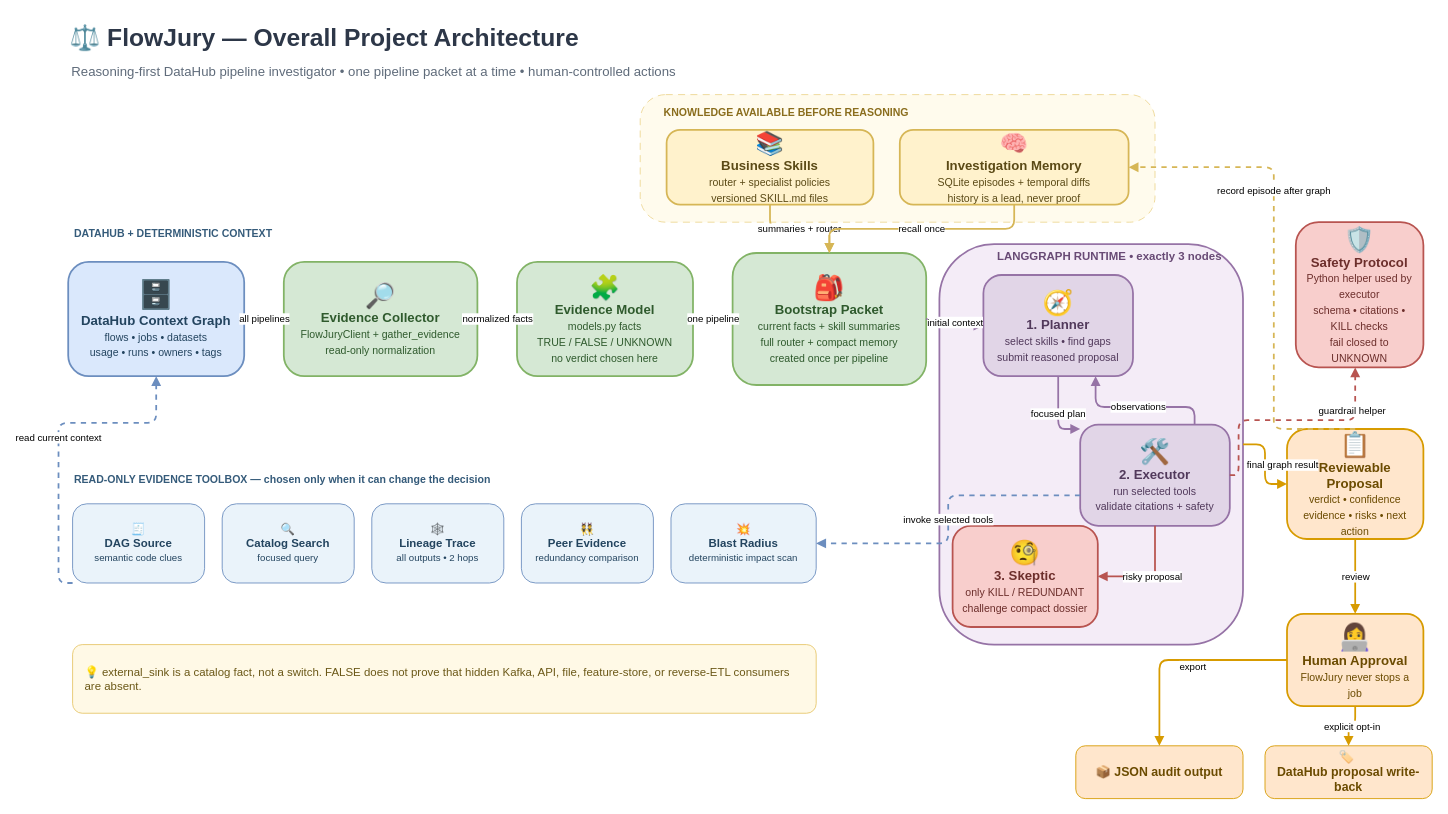
Above: docs/architecture/system-overview.drawio in Iamns45/FlowJury-DataHub-Hackathon (draw.io), before the change. Source tidied: cells renumbered, new cells numbered last; positions are measured from the earlier drawing's top-left corner, leaving out a move shared by most shapes. Both pictures are drawn from the tidied source at 88%, with x=0, y=0 at pixel (58, 15).
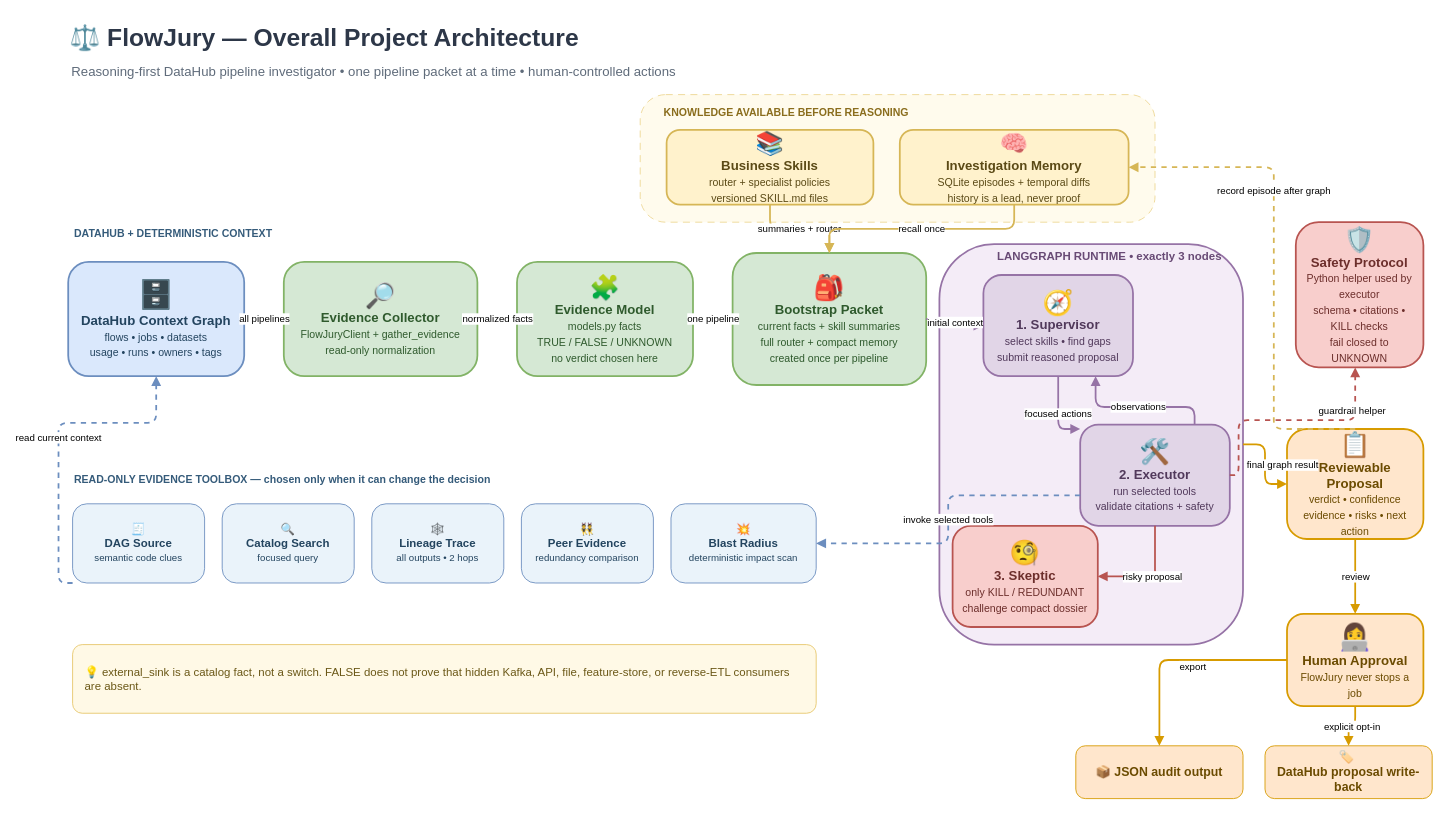
Above is the later version.

Commit message (it also covers changes not shown here):
refactor agent planner into investigation supervisor

Unchanged cells that the change refers to:
```xml
<mxCell id="12" value="&lt;div style=&quot;font-size:28px&quot;&gt;🎒&lt;/div&gt;&lt;b&gt;Bootstrap Packet&lt;/b&gt;&lt;br&gt;&lt;font style=&quot;font-size:12px&quot;&gt;current facts + skill summaries&lt;br&gt;full router + compact memory&lt;br&gt;created once per pipeline&lt;/font&gt;" style="rounded=1;whiteSpace=wrap;html=1;arcSize=18;fillColor=#D5E8D4;strokeColor=#82B366;strokeWidth=2;fontSize=15;fontColor=#2F5A2D;align=center;verticalAlign=middle;spacing=8;" parent="1" vertex="1">
  <mxGeometry x="766" y="270" width="220" height="150" as="geometry" />
</mxCell>
<mxCell id="16" value="&lt;div style=&quot;font-size:28px&quot;&gt;🛠️&lt;/div&gt;&lt;b&gt;2. Executor&lt;/b&gt;&lt;br&gt;&lt;font style=&quot;font-size:12px&quot;&gt;run selected tools&lt;br&gt;validate citations + safety&lt;/font&gt;" style="rounded=1;whiteSpace=wrap;html=1;arcSize=18;fillColor=#E1D5E7;strokeColor=#9673A6;strokeWidth=2;fontSize=15;fontColor=#51395B;align=center;verticalAlign=middle;spacing=6;" parent="1" vertex="1">
  <mxGeometry x="1161" y="465" width="170" height="115" as="geometry" />
</mxCell>
```

Diff of the diagram source:
```diff
@@
-    <mxCell id="15" value="&lt;div style=&quot;font-size:28px&quot;&gt;🧭&lt;/div&gt;&lt;b&gt;1. Planner&lt;/b&gt;&lt;br&gt;&lt;font style=&quot;font-size:12px&quot;&gt;select skills • find gaps&lt;br&gt;submit reasoned proposal&lt;/font&gt;" style="rounded=1;whiteSpace=wrap;html=1;arcSize=18;fillColor=#E1D5E7;strokeColor=#9673A6;strokeWidth=2;fontSize=15;fontColor=#51395B;align=center;verticalAlign=middle;spacing=6;" parent="1" vertex="1">
-      <mxGeometry x="1051" y="295" width="170" height="115" as="geometry" />
-    </mxCell>
+    <mxCell id="47" value="&lt;div style=&quot;font-size:28px&quot;&gt;🧭&lt;/div&gt;&lt;b&gt;1. Supervisor&lt;/b&gt;&lt;br&gt;&lt;font style=&quot;font-size:12px&quot;&gt;select skills • find gaps&lt;br&gt;submit reasoned proposal&lt;/font&gt;" style="rounded=1;whiteSpace=wrap;html=1;arcSize=18;fillColor=#E1D5E7;strokeColor=#9673A6;strokeWidth=2;fontSize=15;fontColor=#51395B;align=center;verticalAlign=middle;spacing=6;" parent="1" vertex="1">
+      <mxGeometry x="1051" y="295" width="170" height="115" as="geometry" />
+    </mxCell>
@@
-    <mxCell id="35" value="initial context" style="edgeStyle=orthogonalEdgeStyle;rounded=1;jettySize=auto;html=1;endArrow=block;endFill=1;strokeWidth=2;strokeColor=#9673A6;fontSize=11;labelBackgroundColor=#FFFFFF;" parent="1" edge="1" source="12" target="15">
+    <mxCell id="35" value="initial context" style="edgeStyle=orthogonalEdgeStyle;rounded=1;jettySize=auto;html=1;endArrow=block;endFill=1;strokeWidth=2;strokeColor=#9673A6;fontSize=11;labelBackgroundColor=#FFFFFF;" parent="1" edge="1" source="12" target="47">
       <mxGeometry relative="1" as="geometry" />
     </mxCell>
-    <mxCell id="36" value="focused plan" style="edgeStyle=orthogonalEdgeStyle;rounded=1;jettySize=auto;html=1;endArrow=block;endFill=1;strokeWidth=2;strokeColor=#9673A6;fontSize=11;labelBackgroundColor=#FFFFFF;" parent="1" edge="1" source="15" target="16">
-      <mxGeometry relative="1" as="geometry">
-        <Array as="points">
-          <mxPoint x="1136" y="470" />
-        </Array>
-      </mxGeometry>
-    </mxCell>
+    <mxCell id="48" value="focused actions" style="edgeStyle=orthogonalEdgeStyle;rounded=1;jettySize=auto;html=1;endArrow=block;endFill=1;strokeWidth=2;strokeColor=#9673A6;fontSize=11;labelBackgroundColor=#FFFFFF;" parent="1" edge="1" source="47" target="16">
+      <mxGeometry relative="1" as="geometry">
+        <Array as="points">
+          <mxPoint x="1136" y="470" />
+        </Array>
+      </mxGeometry>
+    </mxCell>
-    <mxCell id="37" value="observations" style="edgeStyle=orthogonalEdgeStyle;rounded=1;jettySize=auto;html=1;endArrow=block;endFill=1;strokeWidth=2;strokeColor=#9673A6;fontSize=11;labelBackgroundColor=#FFFFFF;entryX=0.75;entryY=1;" parent="1" edge="1" source="16" target="15">
+    <mxCell id="37" value="observations" style="edgeStyle=orthogonalEdgeStyle;rounded=1;jettySize=auto;html=1;endArrow=block;endFill=1;strokeWidth=2;strokeColor=#9673A6;fontSize=11;labelBackgroundColor=#FFFFFF;entryX=0.75;entryY=1;" parent="1" edge="1" source="16" target="47">
       <mxGeometry relative="1" as="geometry">
         <Array as="points">
           <mxPoint x="1291" y="445" />
           <mxPoint x="1178.5" y="445" />
         </Array>
       </mxGeometry>
     </mxCell>
```
